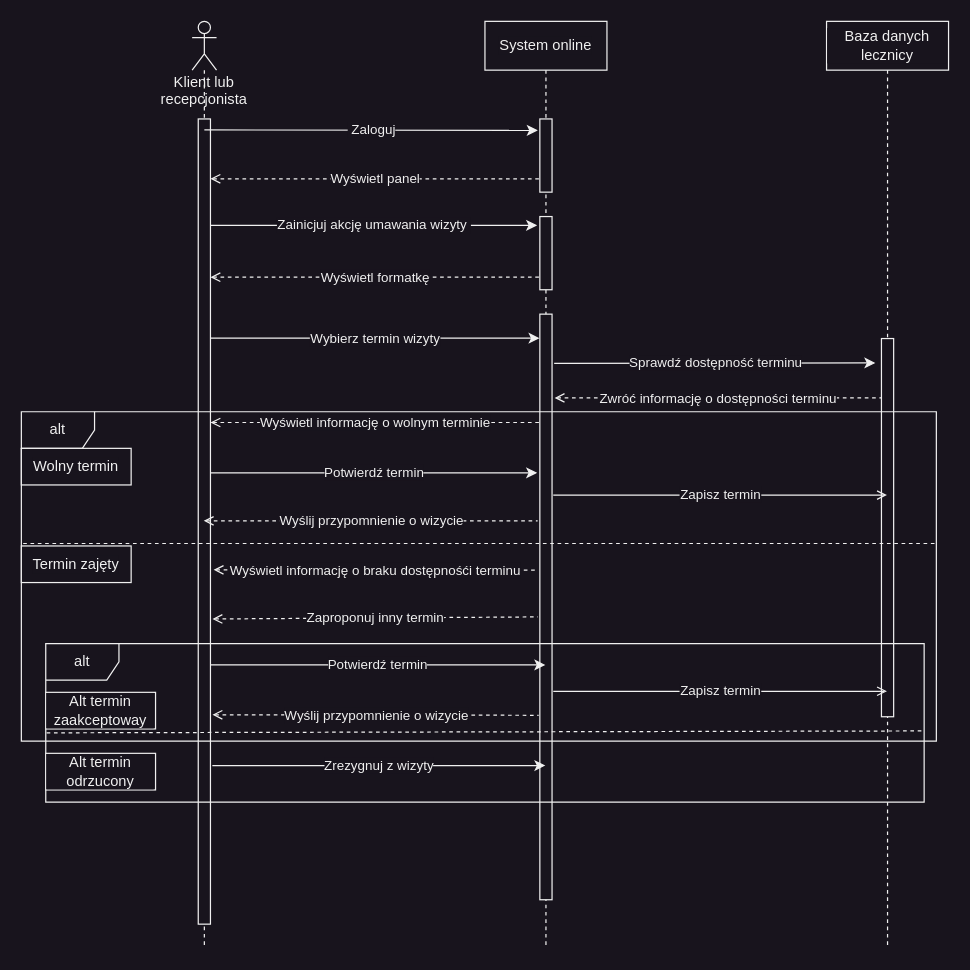
MarekMichali/vet-clinic keeps this draw.io diagram as plan_visit_sequence.drawio. Above is the earlier version. Source tidied: cells renumbered, new cells numbered last; positions are measured from the earlier drawing's top-left corner, leaving out a move shared by most shapes. Both pictures are drawn from the tidied source at 122%, with x=0, y=0 at pixel (21, 21).
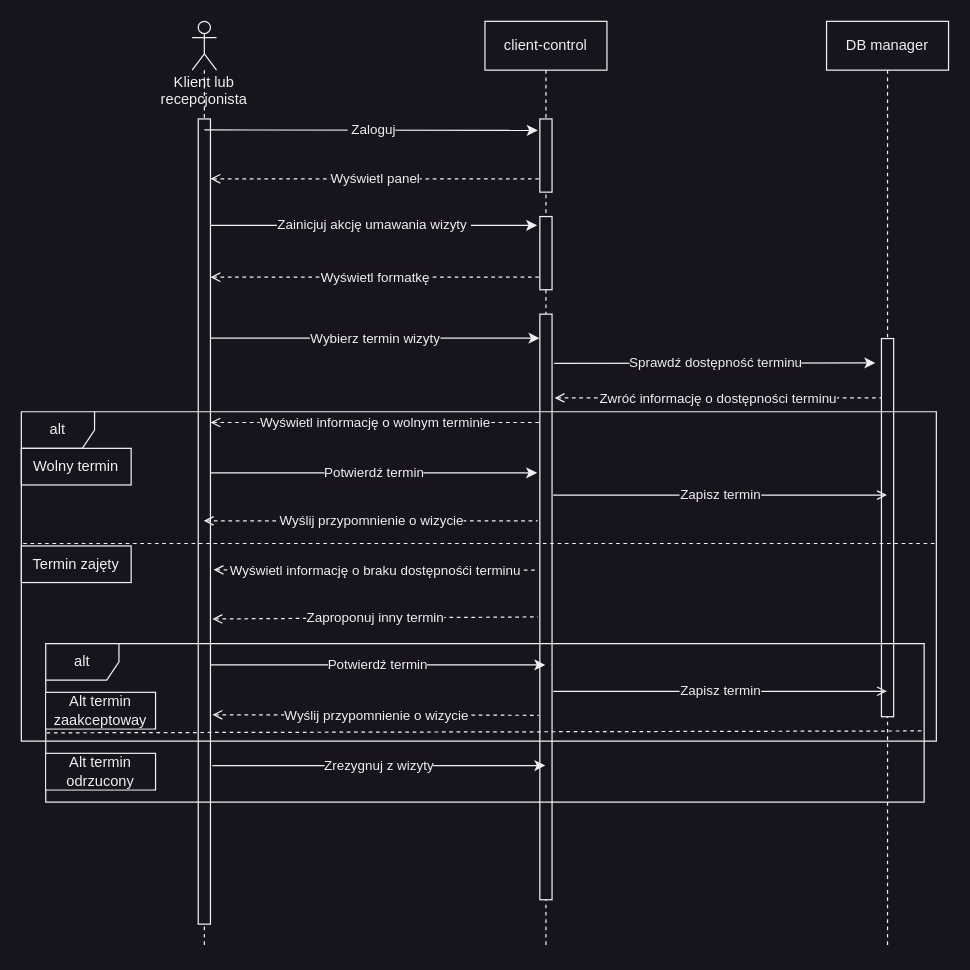
The same diagram, later.

Change to the diagram source:
```diff
@@
-    <mxCell id="4" value="System online" style="shape=umlLifeline;perimeter=lifelinePerimeter;whiteSpace=wrap;html=1;outlineConnect=0;labelBackgroundColor=#18141D;fontColor=#F0F0F0;fillColor=#18141D;strokeColor=#F0F0F0;" parent="1" vertex="1">
+    <mxCell id="4" value="client-control" style="shape=umlLifeline;perimeter=lifelinePerimeter;whiteSpace=wrap;html=1;outlineConnect=0;labelBackgroundColor=#18141D;fontColor=#F0F0F0;fillColor=#18141D;strokeColor=#F0F0F0;" parent="1" vertex="1">
       <mxGeometry x="380" width="100" height="760" as="geometry" />
     </mxCell>
@@
-    <mxCell id="9" value="Baza danych lecznicy" style="shape=umlLifeline;perimeter=lifelinePerimeter;whiteSpace=wrap;html=1;outlineConnect=0;labelBackgroundColor=#18141D;fontColor=#F0F0F0;fillColor=#18141D;strokeColor=#F0F0F0;" parent="1" vertex="1">
+    <mxCell id="9" value="DB manager" style="shape=umlLifeline;perimeter=lifelinePerimeter;whiteSpace=wrap;html=1;outlineConnect=0;labelBackgroundColor=#18141D;fontColor=#F0F0F0;fillColor=#18141D;strokeColor=#F0F0F0;" parent="1" vertex="1">
       <mxGeometry x="660" width="100" height="760" as="geometry" />
     </mxCell>
```
